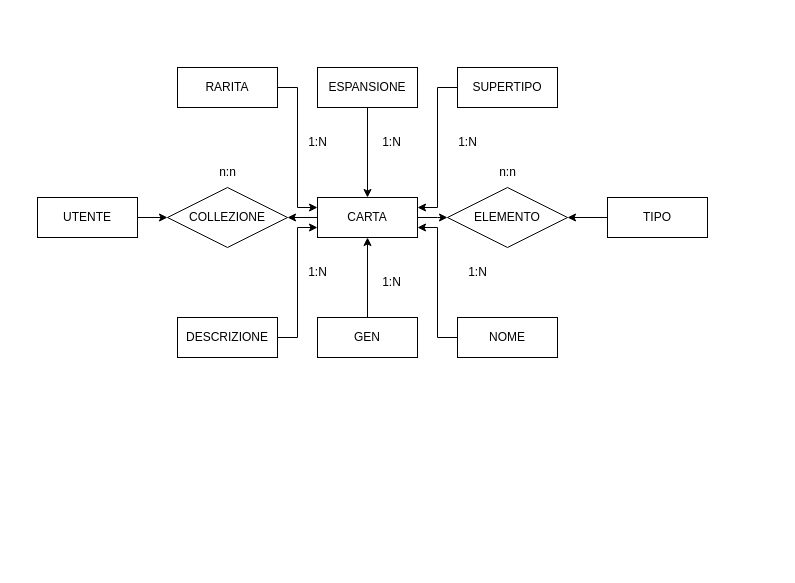
The draw.io diagram DB_Megadex.drawio in SteITS/SWD23-25.Restart_Project, before the edit. Source tidied: cells renumbered, new cells numbered last; positions are measured from the earlier drawing's top-left corner, leaving out a move shared by most shapes. Both pictures are drawn from the tidied source at 100%, with x=0, y=0 at pixel (37, 67).
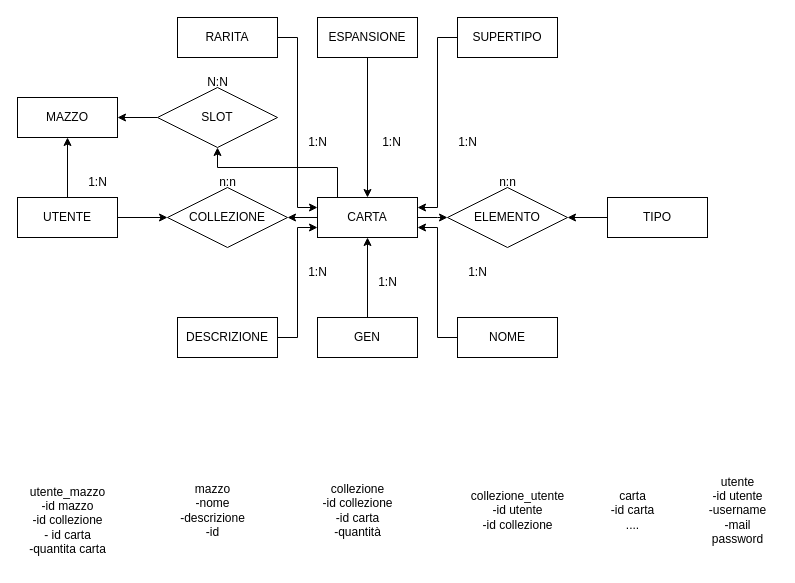
The same page after the edit.

Commit message:
Schema DB aggiornato

Unchanged cells that the change refers to:
```xml
<mxCell id="3" value="CARTA" style="whiteSpace=wrap;html=1;align=center;" parent="1" vertex="1">
  <mxGeometry x="280" y="130" width="100" height="40" as="geometry" />
</mxCell>
```

The edit, as a diff of the source:
```diff
@@
+    <mxCell id="31" style="edgeStyle=orthogonalEdgeStyle;rounded=0;jettySize=auto;html=1;entryX=0.5;entryY=1;entryDx=0;entryDy=0;" parent="1" edge="1" source="3" target="41">
+      <mxGeometry relative="1" as="geometry">
+        <Array as="points">
+          <mxPoint x="300" y="100" />
+          <mxPoint x="180" y="100" />
+        </Array>
+      </mxGeometry>
+    </mxCell>
@@
+    <mxCell id="32" style="edgeStyle=orthogonalEdgeStyle;rounded=0;jettySize=auto;html=1;entryX=0.5;entryY=1;entryDx=0;entryDy=0;" parent="1" edge="1" source="5" target="39">
+      <mxGeometry relative="1" as="geometry" />
+    </mxCell>
     <mxCell id="5" value="UTENTE" style="whiteSpace=wrap;html=1;align=center;" parent="1" vertex="1">
-      <mxGeometry y="130" width="100" height="40" as="geometry" />
+      <mxGeometry x="-20" y="130" width="100" height="40" as="geometry" />
     </mxCell>
@@
     <mxCell id="9" value="ESPANSIONE" style="whiteSpace=wrap;html=1;align=center;" parent="1" vertex="1">
-      <mxGeometry x="280" width="100" height="40" as="geometry" />
+      <mxGeometry x="280" y="-50" width="100" height="40" as="geometry" />
     </mxCell>
@@
     <mxCell id="13" value="RARITA" style="whiteSpace=wrap;html=1;align=center;" parent="1" vertex="1">
-      <mxGeometry x="140" width="100" height="40" as="geometry" />
+      <mxGeometry x="140" y="-50" width="100" height="40" as="geometry" />
     </mxCell>
@@
     <mxCell id="15" value="n:n" style="text;html=1;align=center;verticalAlign=middle;strokeColor=none;fillColor=none;" parent="1" vertex="1">
-      <mxGeometry x="170" y="90" width="40" height="30" as="geometry" />
+      <mxGeometry x="170" y="100" width="40" height="30" as="geometry" />
     </mxCell>
@@
     <mxCell id="18" value="n:n" style="text;html=1;align=center;verticalAlign=middle;strokeColor=none;fillColor=none;" parent="1" vertex="1">
-      <mxGeometry x="450" y="90" width="40" height="30" as="geometry" />
+      <mxGeometry x="450" y="100" width="40" height="30" as="geometry" />
     </mxCell>
@@
     <mxCell id="20" value="1:N" style="text;html=1;align=center;verticalAlign=middle;strokeColor=none;fillColor=none;" parent="1" vertex="1">
-      <mxGeometry x="334" y="200" width="40" height="30" as="geometry" />
+      <mxGeometry x="330" y="200" width="40" height="30" as="geometry" />
     </mxCell>
@@
     <mxCell id="23" value="SUPERTIPO" style="whiteSpace=wrap;html=1;align=center;" parent="1" vertex="1">
-      <mxGeometry x="420" width="100" height="40" as="geometry" />
+      <mxGeometry x="420" y="-50" width="100" height="40" as="geometry" />
     </mxCell>
@@
+    <mxCell id="33" value="&lt;div&gt;utente_mazzo&lt;/div&gt;&lt;div&gt;-id mazzo&lt;/div&gt;&lt;div&gt;-id collezione&lt;/div&gt;&lt;div&gt;- id carta&lt;/div&gt;&lt;div&gt;-quantita carta&lt;/div&gt;" style="text;html=1;align=center;verticalAlign=middle;strokeColor=none;fillColor=none;" parent="1" vertex="1">
+      <mxGeometry x="-20" y="408" width="100" height="90" as="geometry" />
+    </mxCell>
+    <mxCell id="34" value="mazzo&lt;div&gt;-nome&lt;/div&gt;&lt;div&gt;-descrizione&lt;/div&gt;&lt;div&gt;-id&lt;/div&gt;" style="text;html=1;align=center;verticalAlign=middle;strokeColor=none;fillColor=none;" parent="1" vertex="1">
+      <mxGeometry x="130" y="408" width="90" height="70" as="geometry" />
+    </mxCell>
+    <mxCell id="35" value="collezione_utente&lt;div&gt;-id utente&lt;/div&gt;&lt;div&gt;-id collezione&lt;/div&gt;" style="text;html=1;align=center;verticalAlign=middle;strokeColor=none;fillColor=none;" parent="1" vertex="1">
+      <mxGeometry x="420" y="413" width="120" height="60" as="geometry" />
+    </mxCell>
+    <mxCell id="36" value="collezione&lt;div&gt;-id collezione&lt;/div&gt;&lt;div&gt;-id carta&lt;/div&gt;&lt;div&gt;-quantità&lt;/div&gt;" style="text;html=1;align=center;verticalAlign=middle;strokeColor=none;fillColor=none;" parent="1" vertex="1">
+      <mxGeometry x="270" y="408" width="100" height="70" as="geometry" />
+    </mxCell>
+    <mxCell id="37" value="carta&lt;div&gt;-id carta&lt;/div&gt;&lt;div&gt;....&lt;/div&gt;" style="text;html=1;align=center;verticalAlign=middle;strokeColor=none;fillColor=none;" parent="1" vertex="1">
+      <mxGeometry x="560" y="413" width="70" height="60" as="geometry" />
+    </mxCell>
+    <mxCell id="38" value="utente&lt;div&gt;-id utente&lt;/div&gt;&lt;div&gt;-username&lt;/div&gt;&lt;div&gt;-mail&lt;/div&gt;&lt;div&gt;password&lt;/div&gt;" style="text;html=1;align=center;verticalAlign=middle;strokeColor=none;fillColor=none;" parent="1" vertex="1">
+      <mxGeometry x="660" y="398" width="80" height="90" as="geometry" />
+    </mxCell>
+    <mxCell id="39" value="MAZZO" style="whiteSpace=wrap;html=1;align=center;" parent="1" vertex="1">
+      <mxGeometry x="-20" y="30" width="100" height="40" as="geometry" />
+    </mxCell>
+    <mxCell id="40" style="edgeStyle=orthogonalEdgeStyle;rounded=0;jettySize=auto;html=1;entryX=1;entryY=0.5;entryDx=0;entryDy=0;" parent="1" edge="1" source="41" target="39">
+      <mxGeometry relative="1" as="geometry" />
+    </mxCell>
+    <mxCell id="41" value="SLOT" style="shape=rhombus;perimeter=rhombusPerimeter;whiteSpace=wrap;html=1;align=center;" parent="1" vertex="1">
+      <mxGeometry x="120" y="20" width="120" height="60" as="geometry" />
+    </mxCell>
+    <mxCell id="42" value="1:N" style="text;html=1;align=center;verticalAlign=middle;strokeColor=none;fillColor=none;" parent="1" vertex="1">
+      <mxGeometry x="40" y="100" width="40" height="30" as="geometry" />
+    </mxCell>
+    <mxCell id="43" value="N:N" style="text;html=1;align=center;verticalAlign=middle;strokeColor=none;fillColor=none;" parent="1" vertex="1">
+      <mxGeometry x="160" width="40" height="30" as="geometry" />
+    </mxCell>
```
